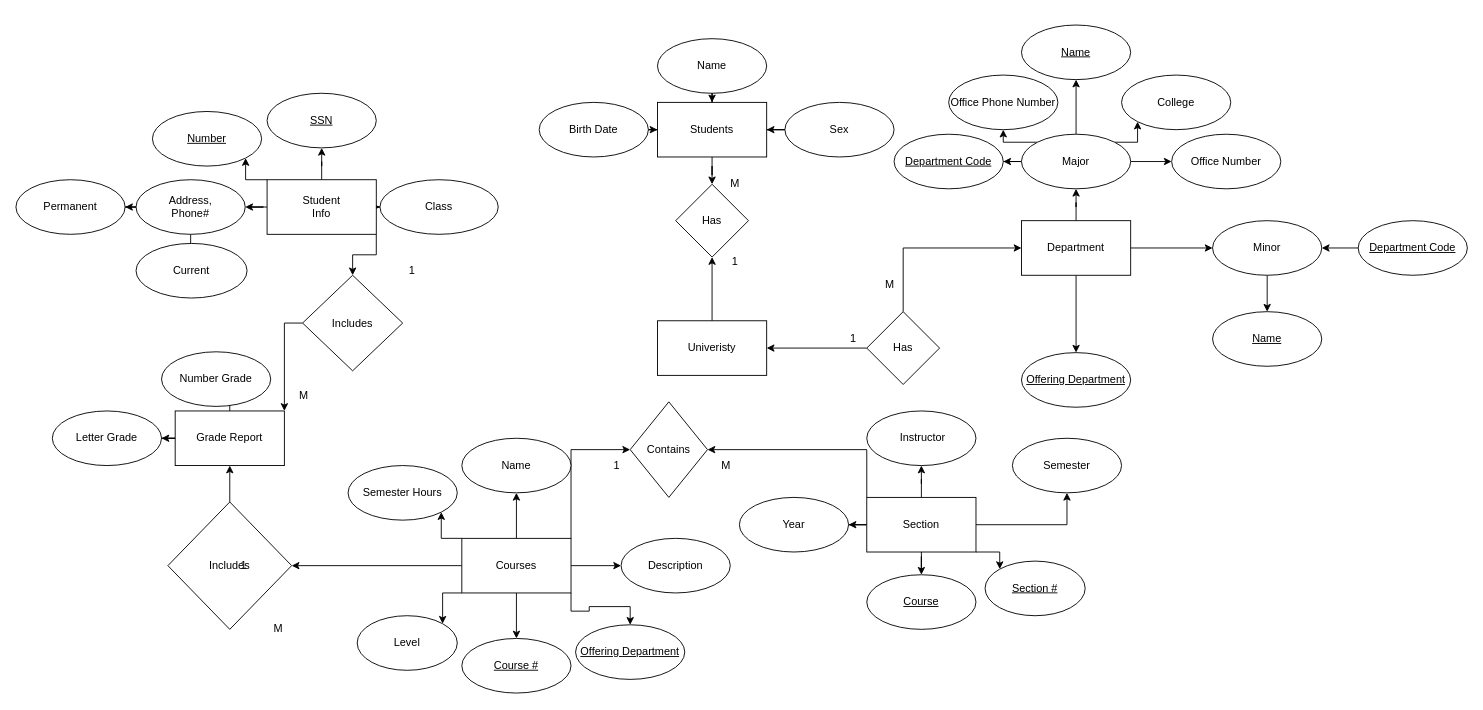
Earlier version of the draw.io diagram Untitled Diagram.drawio (SamPark12/Data-Bases). Source tidied: cells renumbered, new cells numbered last; positions are measured from the earlier drawing's top-left corner, leaving out a move shared by most shapes. Both pictures are drawn from the tidied source at 91%, with x=0, y=0 at pixel (15, 25).
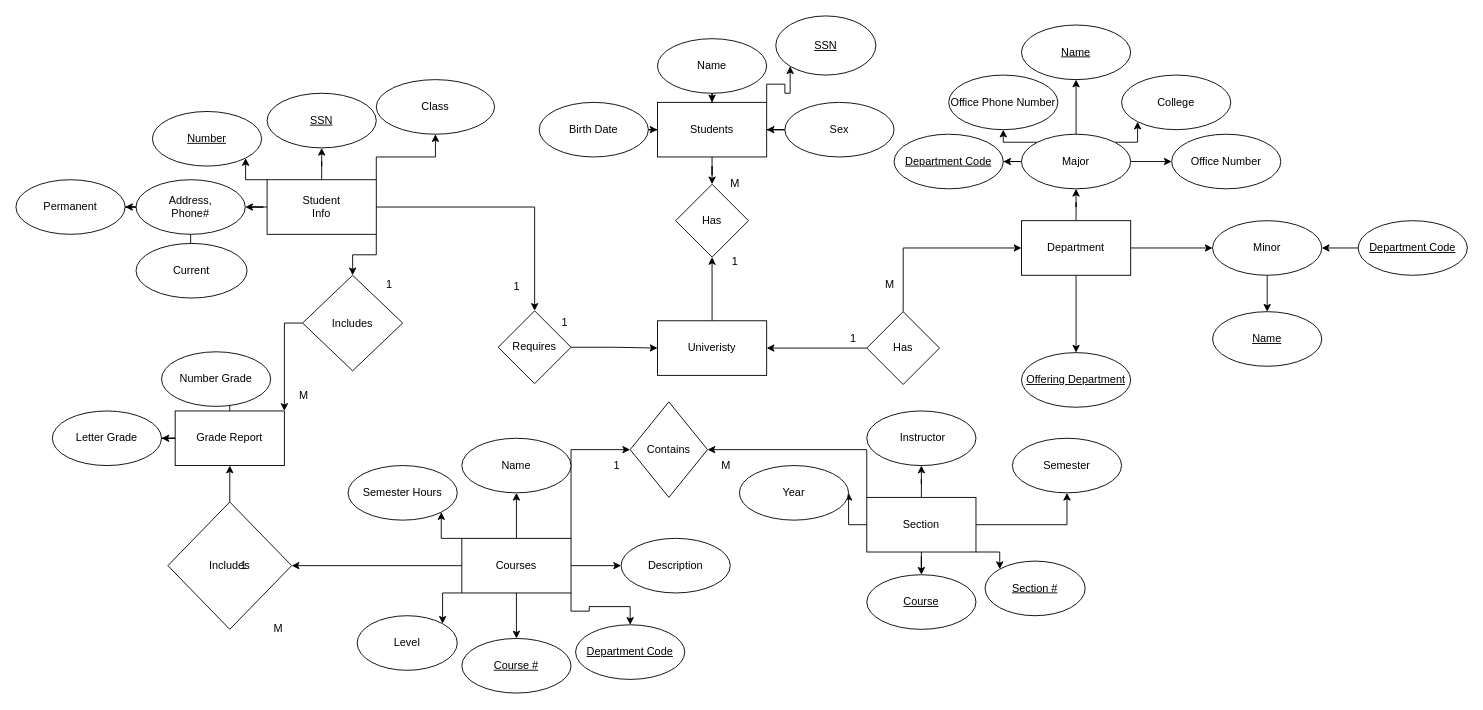
The same page after the edit.

The change refers to these unchanged cells:
```xml
<mxCell id="11" value="Student&lt;br&gt;Info" style="whiteSpace=wrap;html=1;" parent="1" vertex="1">
  <mxGeometry x="276" y="170" width="120" height="60" as="geometry" />
</mxCell>
<mxCell id="86" value="Univeristy" style="whiteSpace=wrap;html=1;" parent="1" vertex="1">
  <mxGeometry x="705" y="325" width="120" height="60" as="geometry" />
</mxCell>
<mxCell id="93" value="Students" style="rounded=0;whiteSpace=wrap;html=1;" parent="1" vertex="1">
  <mxGeometry x="705" y="85" width="120" height="60" as="geometry" />
</mxCell>
```

Change to the diagram source:
```diff
@@
-    <mxCell id="7" style="edgeStyle=orthogonalEdgeStyle;rounded=0;jettySize=auto;html=1;" parent="1" edge="1" source="11" target="25">
-      <mxGeometry relative="1" as="geometry" />
-    </mxCell>
@@
+    <mxCell id="7" style="edgeStyle=orthogonalEdgeStyle;rounded=0;jettySize=auto;html=1;exitX=1;exitY=0;exitDx=0;exitDy=0;" parent="1" edge="1" source="11" target="25">
+      <mxGeometry relative="1" as="geometry" />
+    </mxCell>
+    <mxCell id="99" style="edgeStyle=orthogonalEdgeStyle;rounded=0;jettySize=auto;html=1;exitX=1;exitY=0.5;exitDx=0;exitDy=0;entryX=0.5;entryY=0;entryDx=0;entryDy=0;" parent="1" edge="1" source="11" target="102">
+      <mxGeometry relative="1" as="geometry" />
+    </mxCell>
@@
     <mxCell id="25" value="Class" style="ellipse;whiteSpace=wrap;html=1;" parent="1" vertex="1">
-      <mxGeometry x="400" y="170" width="130" height="60" as="geometry" />
+      <mxGeometry x="396" y="60" width="130" height="60" as="geometry" />
     </mxCell>
@@
     <mxCell id="48" value="1" style="text;html=1;align=center;verticalAlign=middle;strokeColor=none;fillColor=none;" parent="1" vertex="1">
-      <mxGeometry x="420" y="255" width="30" height="30" as="geometry" />
+      <mxGeometry x="395" y="270" width="30" height="30" as="geometry" />
     </mxCell>
@@
     <mxCell id="59" value="Year" style="ellipse;whiteSpace=wrap;html=1;" parent="1" vertex="1">
-      <mxGeometry x="795" y="519.1" width="120" height="60" as="geometry" />
+      <mxGeometry x="795" y="484.1" width="120" height="60" as="geometry" />
     </mxCell>
@@
-    <mxCell id="80" value="&lt;u&gt;Offering Department&lt;/u&gt;" style="ellipse;whiteSpace=wrap;html=1;" parent="1" vertex="1">
+    <mxCell id="80" value="&lt;u&gt;Department Code&lt;/u&gt;" style="ellipse;whiteSpace=wrap;html=1;" parent="1" vertex="1">
       <mxGeometry x="615" y="659.1" width="120" height="60" as="geometry" />
     </mxCell>
@@
+    <mxCell id="100" style="edgeStyle=orthogonalEdgeStyle;rounded=0;jettySize=auto;html=1;exitX=1;exitY=0;exitDx=0;exitDy=0;entryX=0;entryY=1;entryDx=0;entryDy=0;" parent="1" edge="1" source="93" target="105">
+      <mxGeometry relative="1" as="geometry" />
+    </mxCell>
@@
+    <mxCell id="101" style="edgeStyle=orthogonalEdgeStyle;rounded=0;jettySize=auto;html=1;" parent="1" edge="1" source="102" target="86">
+      <mxGeometry relative="1" as="geometry" />
+    </mxCell>
+    <mxCell id="102" value="Requires" style="rhombus;whiteSpace=wrap;html=1;" parent="1" vertex="1">
+      <mxGeometry x="530" y="314.1" width="80" height="80" as="geometry" />
+    </mxCell>
+    <mxCell id="103" value="1" style="text;html=1;align=center;verticalAlign=middle;strokeColor=none;fillColor=none;" parent="1" vertex="1">
+      <mxGeometry x="590" y="314.1" width="25" height="25" as="geometry" />
+    </mxCell>
+    <mxCell id="104" value="1" style="text;html=1;align=center;verticalAlign=middle;strokeColor=none;fillColor=none;" parent="1" vertex="1">
+      <mxGeometry x="537.5" y="275" width="25" height="25" as="geometry" />
+    </mxCell>
+    <mxCell id="105" value="&lt;u&gt;SSN&lt;/u&gt;" style="ellipse;whiteSpace=wrap;html=1;" parent="1" vertex="1">
+      <mxGeometry x="835" y="-10" width="110" height="65" as="geometry" />
+    </mxCell>
```
